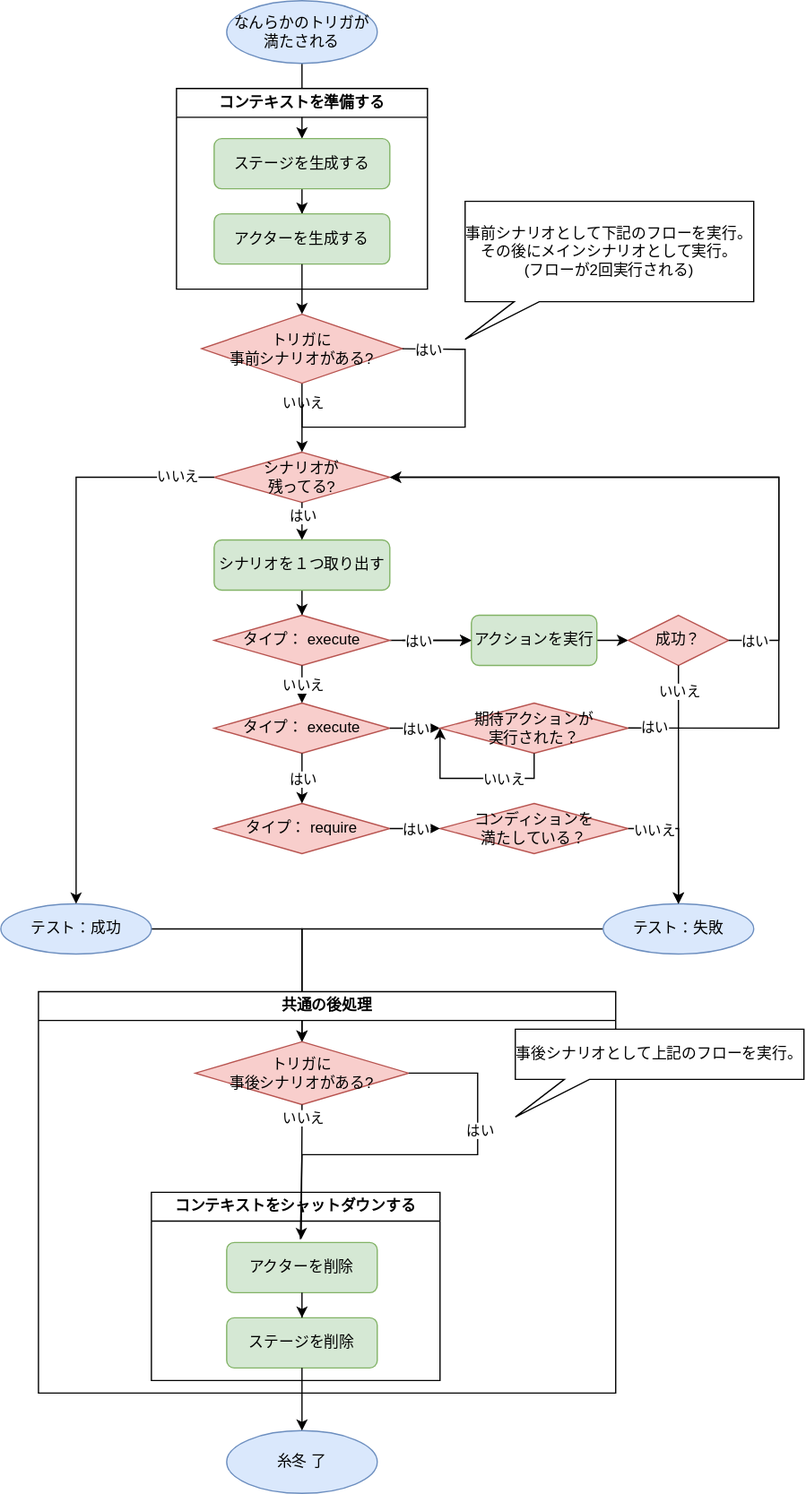
Above: docs/use/scenario/images/scenario.svg in TeamKun/Scenamatica (draw.io), before the change. Source tidied: cells renumbered, new cells last; positions are measured from the earlier drawing's top-left corner, leaving out a move shared by most shapes.
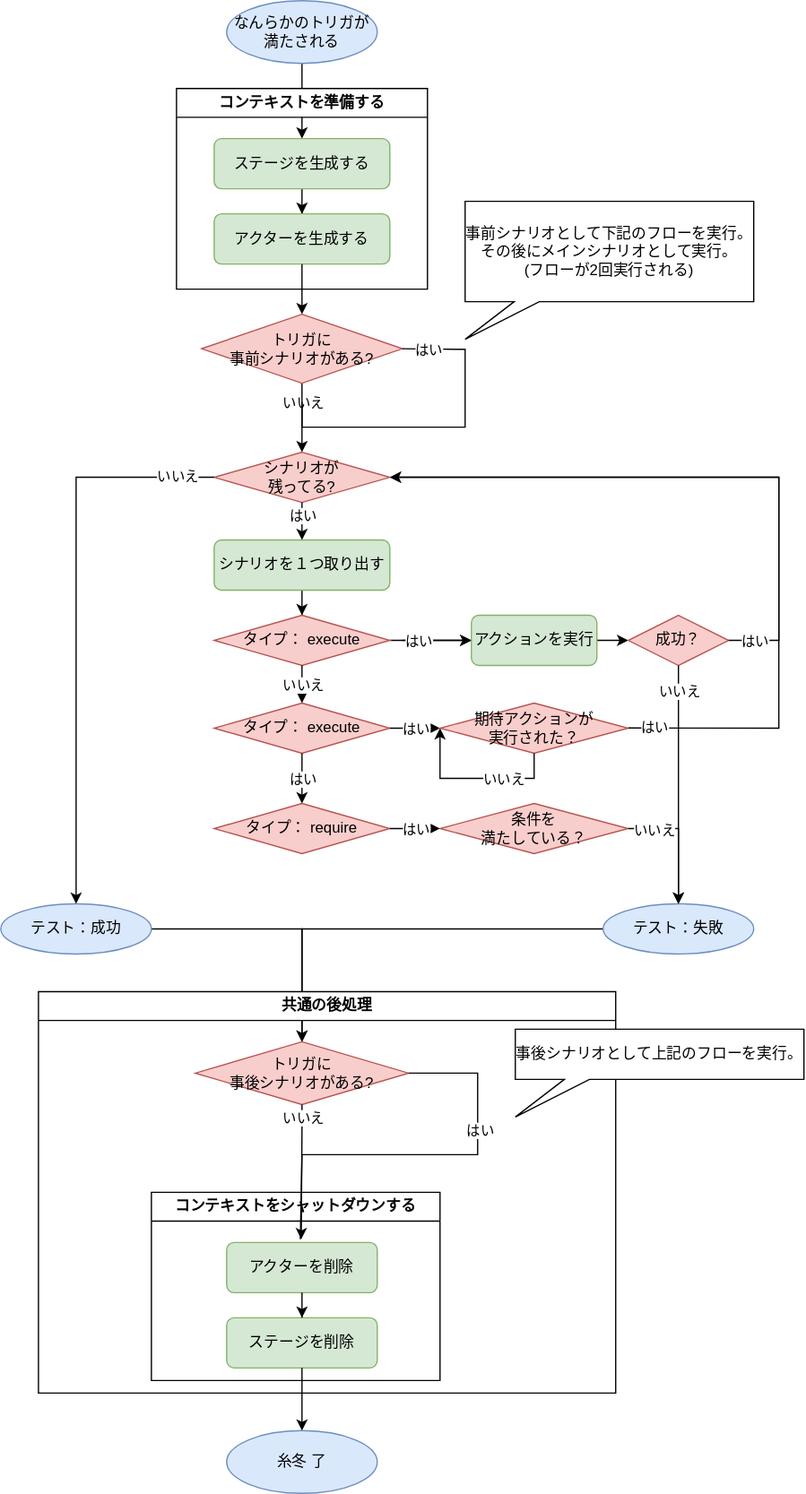
After the change.

Change to the diagram source:
```diff
@@ -158,7 +158,7 @@
     <mxCell id="39" value="はい" style="edgeLabel;html=1;align=center;verticalAlign=middle;" parent="38" vertex="1">
       <mxGeometry relative="1" as="geometry" />
     </mxCell>
-    <mxCell id="40" value="コンディションを&lt;br&gt;満たしている？" style="rhombus;whiteSpace=wrap;html=1;fillColor=#f8cecc;strokeColor=#b85450;" parent="1" vertex="1">
+    <mxCell id="40" value="条件を&lt;br&gt;満たしている？" style="rhombus;whiteSpace=wrap;html=1;fillColor=#f8cecc;strokeColor=#b85450;" parent="1" vertex="1">
       <mxGeometry x="350" y="640" width="150" height="40" as="geometry" />
     </mxCell>
     <mxCell id="41" style="endArrow=classic;html=1;rounded=0;entryX=0;entryY=0.5;entryDx=0;entryDy=0;" parent="1" edge="1" target="40">
```
